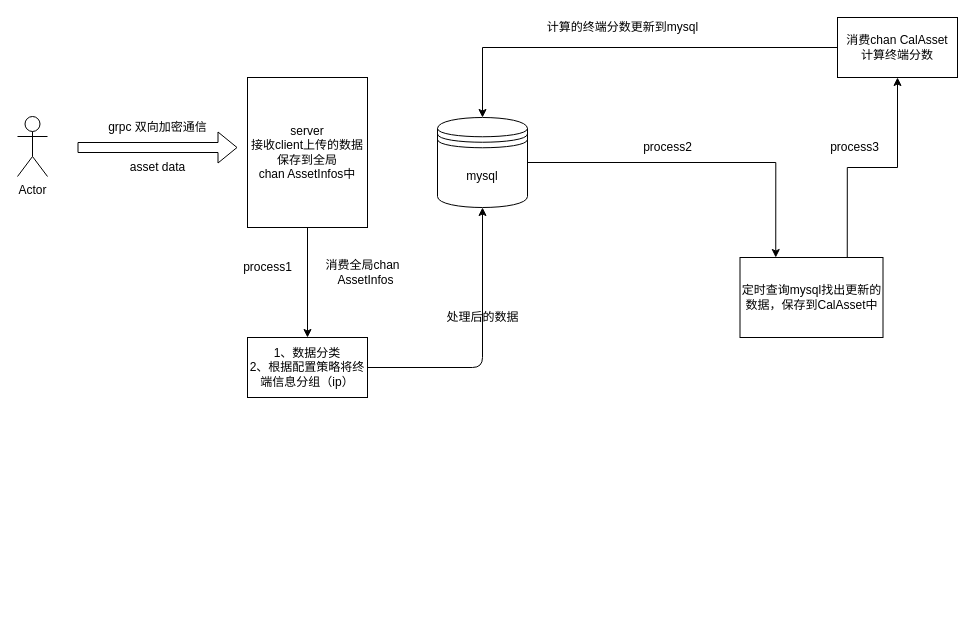
whscout/resume keeps this draw.io diagram as env.drawio. Above is the earlier version. Source tidied: cells renumbered, new cells numbered last; positions are measured from the earlier drawing's top-left corner, leaving out a move shared by most shapes. Both pictures are drawn from the tidied source at 100%, with x=0, y=0 at pixel (17, 17).
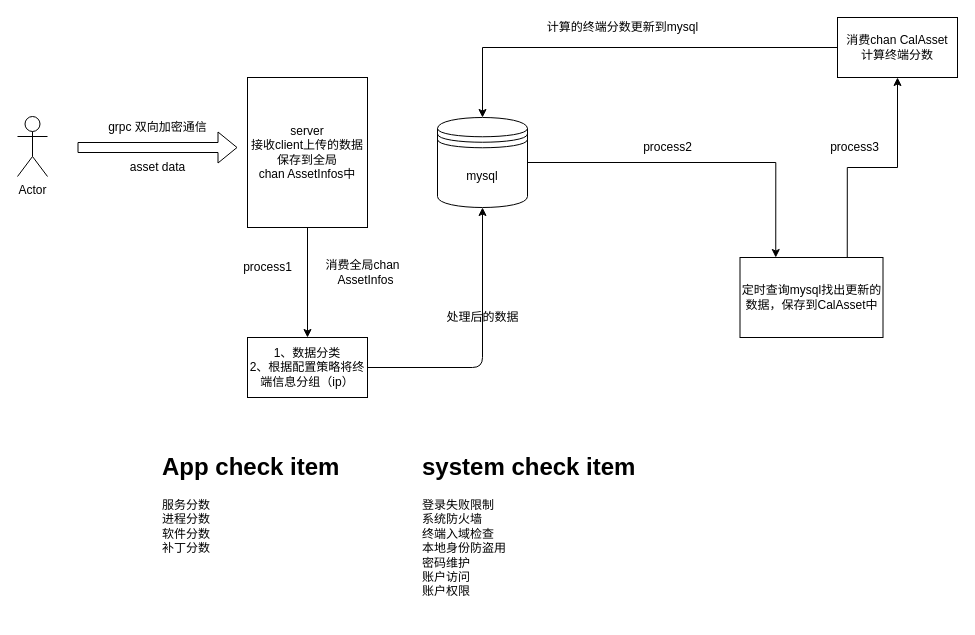
The same diagram, later.

What changed in the source:
```diff
@@
+    <mxCell id="22" value="&lt;h1&gt;App check item&lt;/h1&gt;&lt;div&gt;服务分数&lt;/div&gt;&lt;div&gt;进程分数&lt;/div&gt;&lt;div&gt;软件分数&lt;/div&gt;&lt;div&gt;补丁分数&lt;/div&gt;&lt;div&gt;&lt;br&gt;&lt;/div&gt;" style="text;html=1;strokeColor=none;fillColor=none;spacing=5;spacingTop=-20;whiteSpace=wrap;overflow=hidden;rounded=0;" parent="1" vertex="1">
+      <mxGeometry x="140" y="430" width="210" height="120" as="geometry" />
+    </mxCell>
+    <mxCell id="23" value="&lt;h1&gt;system check item&lt;/h1&gt;&lt;div&gt;登录失败限制&lt;/div&gt;&lt;div&gt;系统防火墙&lt;/div&gt;&lt;div&gt;终端入域检查&lt;/div&gt;&lt;div&gt;本地身份防盗用&lt;/div&gt;&lt;div&gt;密码维护&lt;/div&gt;&lt;div&gt;账户访问&lt;/div&gt;&lt;div&gt;账户权限&lt;/div&gt;" style="text;html=1;strokeColor=none;fillColor=none;spacing=5;spacingTop=-20;whiteSpace=wrap;overflow=hidden;rounded=0;" parent="1" vertex="1">
+      <mxGeometry x="400" y="430" width="240" height="170" as="geometry" />
+    </mxCell>
```
